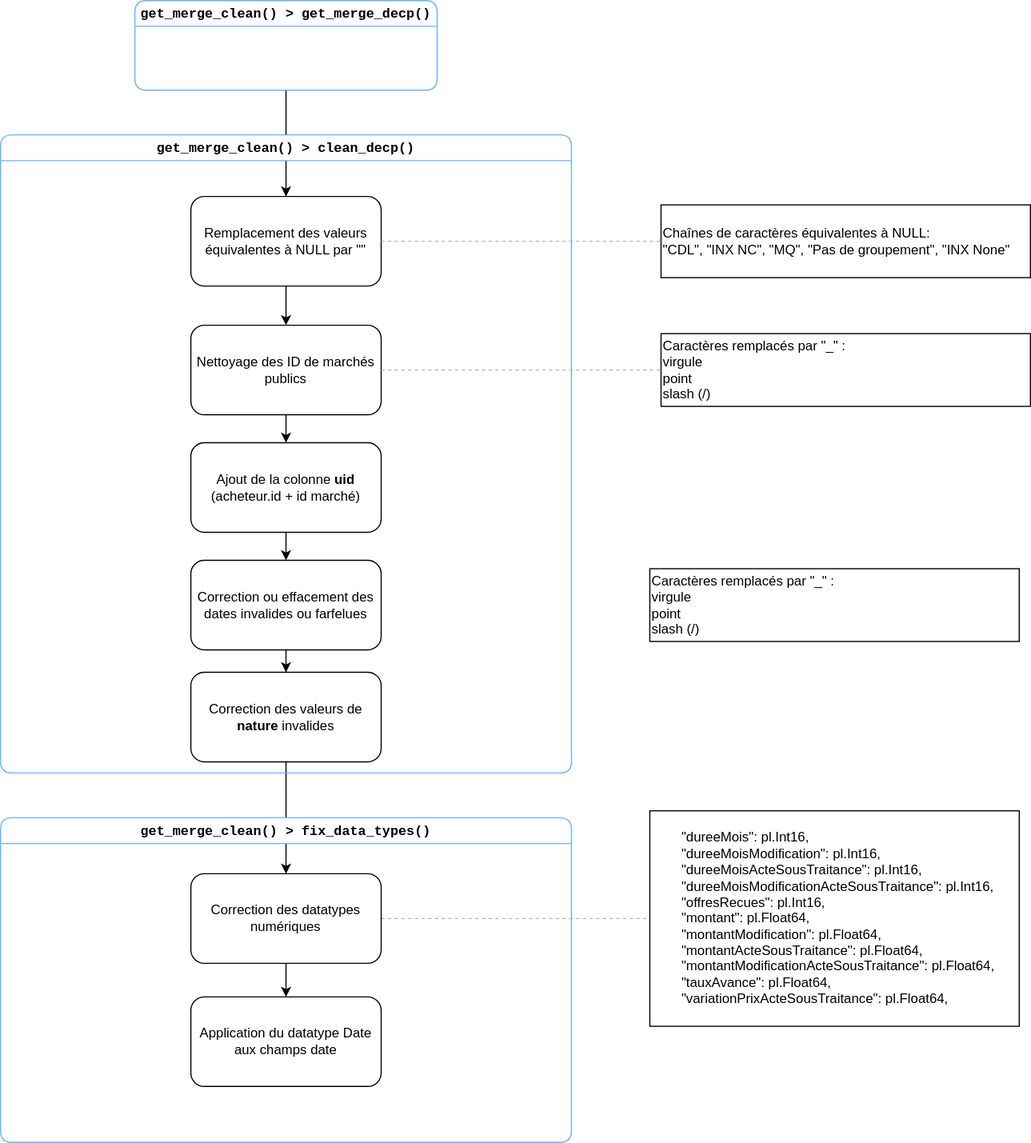
This is drawings/clean.svg from ElyotL/decp-processing, a draw.io export, as it was before one commit. Source tidied: cells renumbered, new cells last; positions are measured from the earlier drawing's top-left corner, leaving out a move shared by most shapes.
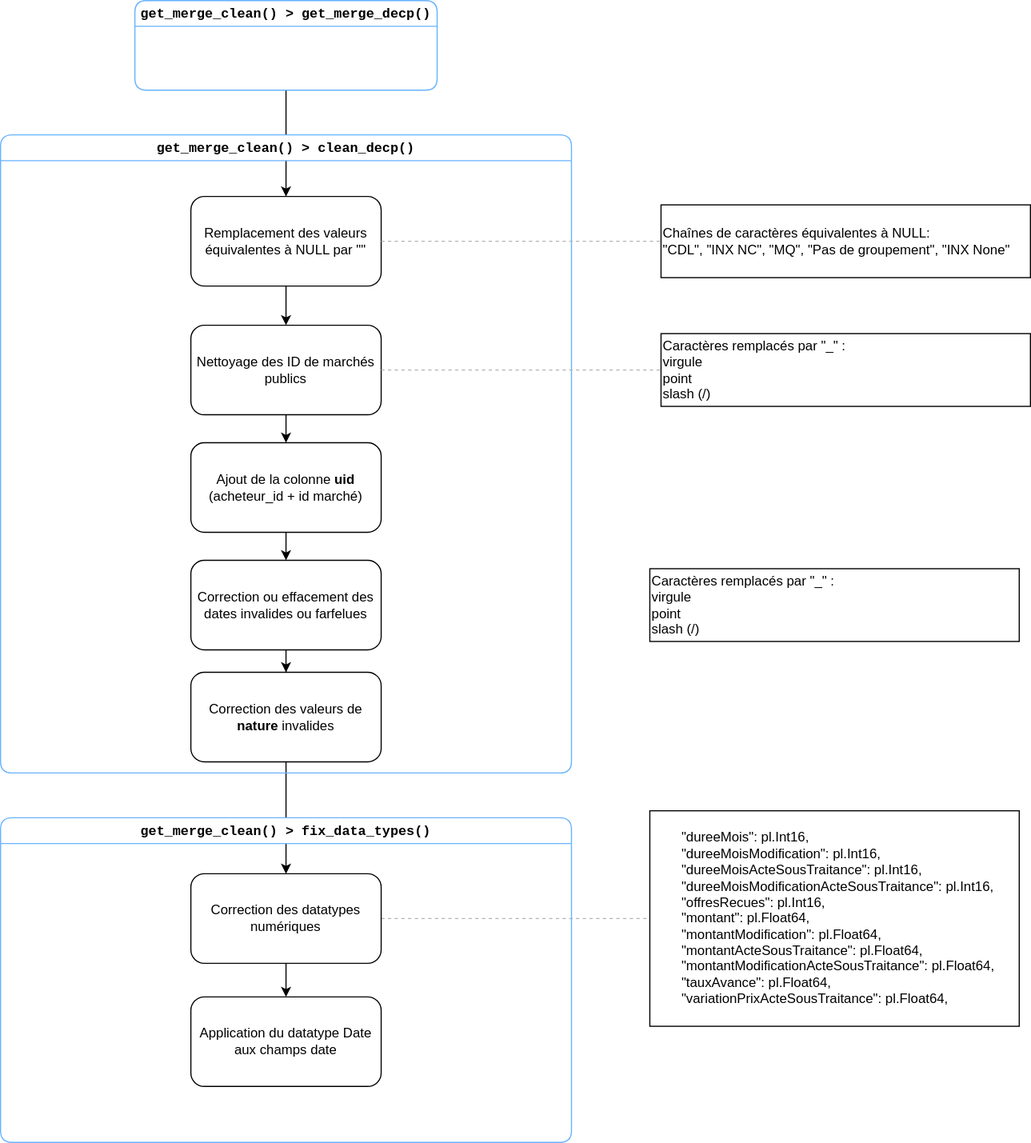
Later version of the same file.

The edit, as a diff of the source:
```diff
@@ -26,7 +26,7 @@
     <mxCell id="9" style="edgeStyle=orthogonalEdgeStyle;rounded=0;jettySize=auto;html=1;" parent="4" edge="1" source="10" target="12">
       <mxGeometry relative="1" as="geometry" />
     </mxCell>
-    <mxCell id="10" value="Ajout de la colonne &lt;b&gt;uid&lt;/b&gt;&lt;br&gt;(acheteur.id + id marché)" style="rounded=1;whiteSpace=wrap;html=1;" parent="4" vertex="1">
+    <mxCell id="10" value="Ajout de la colonne &lt;b&gt;uid&lt;/b&gt;&lt;br&gt;(acheteur_id + id marché)" style="rounded=1;whiteSpace=wrap;html=1;" parent="4" vertex="1">
       <mxGeometry x="170" y="275" width="170" height="80" as="geometry" />
     </mxCell>
     <mxCell id="11" style="edgeStyle=orthogonalEdgeStyle;rounded=0;jettySize=auto;html=1;" parent="4" edge="1" source="12" target="13">
```
